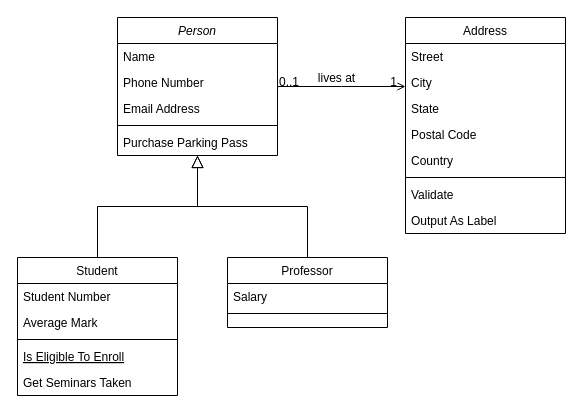
This is Diagram Tanpa Judul.drawio from oneup1945/praktikum-alpro, a draw.io file, before an edit. Source tidied: cells renumbered, new cells numbered last; positions are measured from the earlier drawing's top-left corner, leaving out a move shared by most shapes. Both pictures are drawn from the tidied source at 100%, with x=0, y=0 at pixel (17, 17).
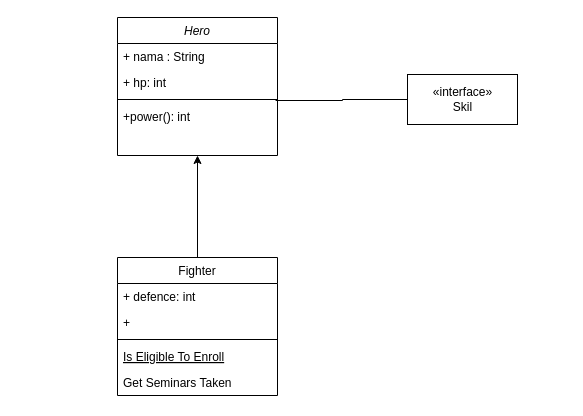
After the change.

Change to the diagram source:
```diff
@@
-    <mxCell id="2" value="Person" style="swimlane;fontStyle=2;align=center;verticalAlign=top;horizontal=1;startSize=26;rounded=0;shadow=0;strokeWidth=1;" parent="1" vertex="1">
+    <mxCell id="2" value="Hero" style="swimlane;fontStyle=2;align=center;verticalAlign=top;horizontal=1;startSize=26;rounded=0;shadow=0;strokeWidth=1;" parent="1" vertex="1">
       <mxGeometry x="100" width="160" height="138" as="geometry" />
     </mxCell>
-    <mxCell id="3" value="Name" style="text;align=left;verticalAlign=top;spacingLeft=4;spacingRight=4;overflow=hidden;" parent="2" vertex="1">
+    <mxCell id="3" value="+ nama : String " style="text;align=left;verticalAlign=top;spacingLeft=4;spacingRight=4;overflow=hidden;" parent="2" vertex="1">
       <mxGeometry y="26" width="160" height="26" as="geometry" />
     </mxCell>
-    <mxCell id="4" value="Phone Number" style="text;align=left;verticalAlign=top;spacingLeft=4;spacingRight=4;overflow=hidden;rounded=0;shadow=0;html=0;" parent="2" vertex="1">
+    <mxCell id="4" value="+ hp: int" style="text;align=left;verticalAlign=top;spacingLeft=4;spacingRight=4;overflow=hidden;rounded=0;shadow=0;html=0;" parent="2" vertex="1">
       <mxGeometry y="52" width="160" height="26" as="geometry" />
     </mxCell>
-    <mxCell id="5" value="Email Address" style="text;align=left;verticalAlign=top;spacingLeft=4;spacingRight=4;overflow=hidden;rounded=0;shadow=0;html=0;" parent="2" vertex="1">
-      <mxGeometry y="78" width="160" height="26" as="geometry" />
-    </mxCell>
     <mxCell id="6" style="line;html=1;strokeWidth=1;align=left;verticalAlign=middle;spacingTop=-1;spacingLeft=3;spacingRight=3;labelPosition=right;points=[];portConstraint=eastwest;" parent="2" vertex="1">
-      <mxGeometry y="104" width="160" height="8" as="geometry" />
+      <mxGeometry y="78" width="160" height="8" as="geometry" />
     </mxCell>
-    <mxCell id="7" value="Purchase Parking Pass" style="text;align=left;verticalAlign=top;spacingLeft=4;spacingRight=4;overflow=hidden;" parent="2" vertex="1">
-      <mxGeometry y="112" width="160" height="26" as="geometry" />
+    <mxCell id="7" value="+power(): int" style="text;align=left;verticalAlign=top;spacingLeft=4;spacingRight=4;overflow=hidden;" parent="2" vertex="1">
+      <mxGeometry y="86" width="160" height="26" as="geometry" />
     </mxCell>
+    <mxCell id="14" style="edgeStyle=orthogonalEdgeStyle;rounded=0;jettySize=auto;html=1;exitX=0.5;exitY=0;exitDx=0;exitDy=0;entryX=0.5;entryY=1;entryDx=0;entryDy=0;" parent="1" edge="1" source="8" target="2">
+      <mxGeometry relative="1" as="geometry" />
+    </mxCell>
-    <mxCell id="8" value="Student" style="swimlane;fontStyle=0;align=center;verticalAlign=top;horizontal=1;startSize=26;rounded=0;shadow=0;strokeWidth=1;" parent="1" vertex="1">
-      <mxGeometry y="240" width="160" height="138" as="geometry" />
+    <mxCell id="8" value="Fighter" style="swimlane;fontStyle=0;align=center;verticalAlign=top;horizontal=1;startSize=26;rounded=0;shadow=0;strokeWidth=1;" parent="1" vertex="1">
+      <mxGeometry x="100" y="240" width="160" height="138" as="geometry" />
     </mxCell>
-    <mxCell id="9" value="Student Number" style="text;align=left;verticalAlign=top;spacingLeft=4;spacingRight=4;overflow=hidden;" parent="8" vertex="1">
+    <mxCell id="9" value="+ defence: int" style="text;align=left;verticalAlign=top;spacingLeft=4;spacingRight=4;overflow=hidden;" parent="8" vertex="1">
       <mxGeometry y="26" width="160" height="26" as="geometry" />
     </mxCell>
-    <mxCell id="10" value="Average Mark" style="text;align=left;verticalAlign=top;spacingLeft=4;spacingRight=4;overflow=hidden;rounded=0;shadow=0;html=0;" parent="8" vertex="1">
+    <mxCell id="10" value="+ " style="text;align=left;verticalAlign=top;spacingLeft=4;spacingRight=4;overflow=hidden;rounded=0;shadow=0;html=0;" parent="8" vertex="1">
       <mxGeometry y="52" width="160" height="26" as="geometry" />
     </mxCell>
@@
-    <mxCell id="14" style="endArrow=block;endSize=10;endFill=0;shadow=0;strokeWidth=1;rounded=0;edgeStyle=elbowEdgeStyle;elbow=vertical;" parent="1" edge="1" source="8" target="2">
-      <mxGeometry relative="1" as="geometry" />
-    </mxCell>
-    <mxCell id="15" value="Professor" style="swimlane;fontStyle=0;align=center;verticalAlign=top;horizontal=1;startSize=26;rounded=0;shadow=0;strokeWidth=1;" parent="1" vertex="1">
-      <mxGeometry x="210" y="240" width="160" height="70" as="geometry" />
-    </mxCell>
-    <mxCell id="16" value="Salary" style="text;align=left;verticalAlign=top;spacingLeft=4;spacingRight=4;overflow=hidden;" parent="15" vertex="1">
-      <mxGeometry y="26" width="160" height="26" as="geometry" />
-    </mxCell>
-    <mxCell id="17" style="line;html=1;strokeWidth=1;align=left;verticalAlign=middle;spacingTop=-1;spacingLeft=3;spacingRight=3;labelPosition=right;" parent="15" vertex="1">
-      <mxGeometry y="52" width="160" height="8" as="geometry" />
-    </mxCell>
-    <mxCell id="18" style="endArrow=block;endSize=10;endFill=0;shadow=0;strokeWidth=1;rounded=0;edgeStyle=elbowEdgeStyle;elbow=vertical;" parent="1" edge="1" source="15" target="2">
-      <mxGeometry relative="1" as="geometry" />
-    </mxCell>
-    <mxCell id="19" value="Address" style="swimlane;fontStyle=0;align=center;verticalAlign=top;horizontal=1;startSize=26;rounded=0;shadow=0;strokeWidth=1;" parent="1" vertex="1">
-      <mxGeometry x="388" width="160" height="216" as="geometry" />
-    </mxCell>
-    <mxCell id="20" value="Street" style="text;align=left;verticalAlign=top;spacingLeft=4;spacingRight=4;overflow=hidden;" parent="19" vertex="1">
-      <mxGeometry y="26" width="160" height="26" as="geometry" />
-    </mxCell>
-    <mxCell id="21" value="City" style="text;align=left;verticalAlign=top;spacingLeft=4;spacingRight=4;overflow=hidden;rounded=0;shadow=0;html=0;" parent="19" vertex="1">
-      <mxGeometry y="52" width="160" height="26" as="geometry" />
-    </mxCell>
-    <mxCell id="22" value="State" style="text;align=left;verticalAlign=top;spacingLeft=4;spacingRight=4;overflow=hidden;rounded=0;shadow=0;html=0;" parent="19" vertex="1">
-      <mxGeometry y="78" width="160" height="26" as="geometry" />
-    </mxCell>
-    <mxCell id="23" value="Postal Code" style="text;align=left;verticalAlign=top;spacingLeft=4;spacingRight=4;overflow=hidden;rounded=0;shadow=0;html=0;" parent="19" vertex="1">
-      <mxGeometry y="104" width="160" height="26" as="geometry" />
-    </mxCell>
-    <mxCell id="24" value="Country" style="text;align=left;verticalAlign=top;spacingLeft=4;spacingRight=4;overflow=hidden;rounded=0;shadow=0;html=0;" parent="19" vertex="1">
-      <mxGeometry y="130" width="160" height="26" as="geometry" />
-    </mxCell>
-    <mxCell id="25" style="line;html=1;strokeWidth=1;align=left;verticalAlign=middle;spacingTop=-1;spacingLeft=3;spacingRight=3;labelPosition=right;" parent="19" vertex="1">
-      <mxGeometry y="156" width="160" height="8" as="geometry" />
-    </mxCell>
-    <mxCell id="26" value="Validate" style="text;align=left;verticalAlign=top;spacingLeft=4;spacingRight=4;overflow=hidden;" parent="19" vertex="1">
-      <mxGeometry y="164" width="160" height="26" as="geometry" />
-    </mxCell>
-    <mxCell id="27" value="Output As Label" style="text;align=left;verticalAlign=top;spacingLeft=4;spacingRight=4;overflow=hidden;" parent="19" vertex="1">
-      <mxGeometry y="190" width="160" height="26" as="geometry" />
-    </mxCell>
-    <mxCell id="28" style="endArrow=open;shadow=0;strokeWidth=1;rounded=0;endFill=1;edgeStyle=elbowEdgeStyle;elbow=vertical;" parent="1" edge="1" source="2" target="19">
-      <mxGeometry x="0.5" y="41" relative="1" as="geometry">
-        <mxPoint x="-40" y="32" as="offset" />
-      </mxGeometry>
-    </mxCell>
-    <mxCell id="29" value="0..1" style="align=left;verticalAlign=bottom;labelBackgroundColor=none;fontSize=12;" parent="28" vertex="1">
-      <mxGeometry x="-1" relative="1" as="geometry">
-        <mxPoint y="4" as="offset" />
-      </mxGeometry>
-    </mxCell>
-    <mxCell id="30" value="1" style="align=right;verticalAlign=bottom;labelBackgroundColor=none;fontSize=12;" parent="28" vertex="1">
-      <mxGeometry x="1" relative="1" as="geometry">
-        <mxPoint x="-7" y="4" as="offset" />
-      </mxGeometry>
-    </mxCell>
-    <mxCell id="31" value="lives at" style="text;html=1;align=center;verticalAlign=middle;labelBackgroundColor=none;rounded=0;shadow=0;strokeWidth=1;fontSize=12;" parent="28" vertex="1">
-      <mxGeometry x="0.5" y="49" relative="1" as="geometry">
-        <mxPoint x="-38" y="40" as="offset" />
-      </mxGeometry>
-    </mxCell>
+    <mxCell id="32" value="«interface»&lt;br&gt;Skil" style="html=1;" parent="1" vertex="1">
+      <mxGeometry x="390" y="57" width="110" height="50" as="geometry" />
+    </mxCell>
+    <mxCell id="33" style="endArrow=none;html=1;edgeStyle=orthogonalEdgeStyle;rounded=0;exitX=0.988;exitY=0.625;exitDx=0;exitDy=0;exitPerimeter=0;entryX=0;entryY=0.5;entryDx=0;entryDy=0;" parent="1" edge="1" source="6" target="32">
+      <mxGeometry relative="1" as="geometry" />
+    </mxCell>
```
